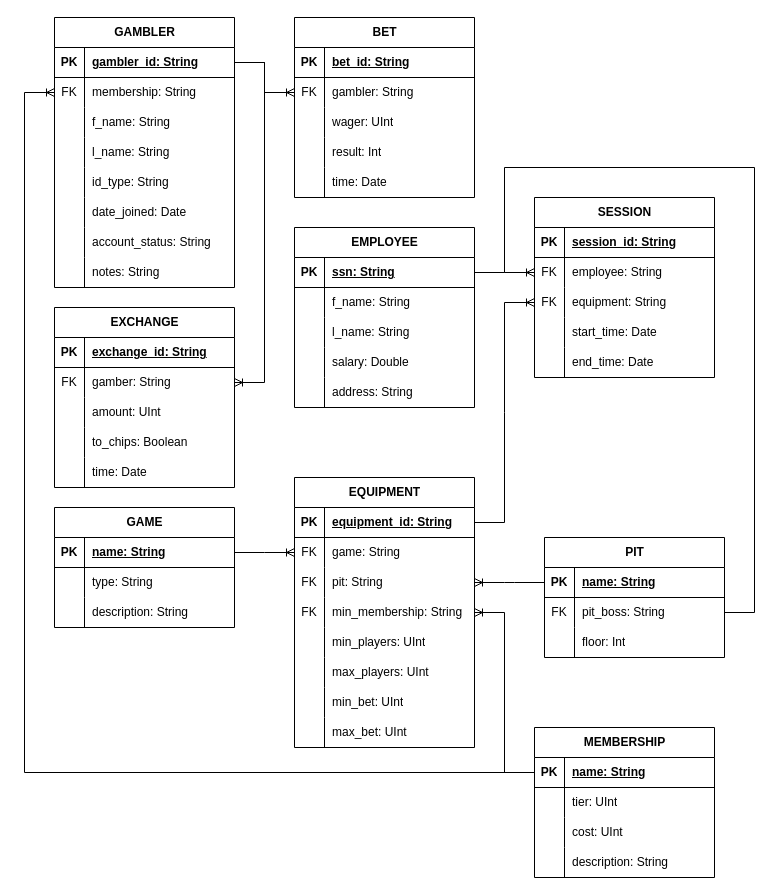
The draw.io diagram docs/CasinoDB.drawio in drussillo/CasinoDB, before the edit. Source tidied: cells renumbered, new cells numbered last; positions are measured from the earlier drawing's top-left corner, leaving out a move shared by most shapes. Both pictures are drawn from the tidied source at 100%, with x=0, y=0 at pixel (24, 17).
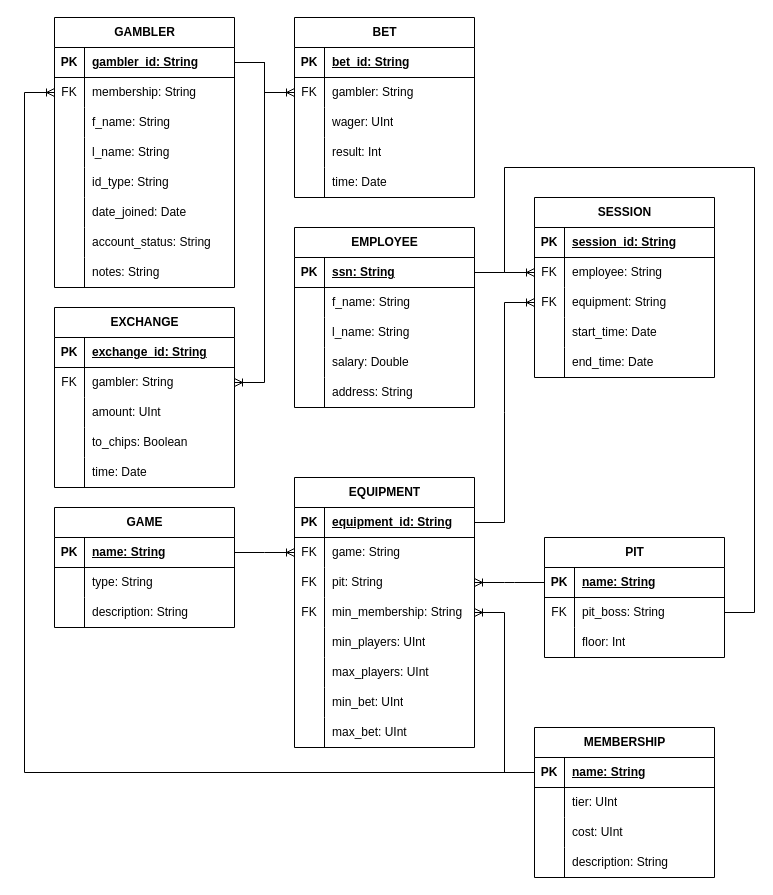
The same diagram, later.

Commit message (it also covers changes not shown here):
Added FD and fixed spelling in schema

The change refers to these unchanged cells:
```xml
<mxCell id="129" style="shape=tableRow;horizontal=0;startSize=0;swimlaneHead=0;swimlaneBody=0;fillColor=none;points=[[0,0.5],[1,0.5]];portConstraint=eastwest;top=0;left=0;right=0;bottom=0;" parent="125" vertex="1">
  <mxGeometry y="60" width="180" height="30" as="geometry" />
</mxCell>
```

The edit, as a diff of the source:
```diff
@@
-    <mxCell id="131" value="gamber: String" style="shape=partialRectangle;fillColor=none;top=0;left=0;bottom=0;right=0;align=left;spacingLeft=6;overflow=hidden;whiteSpace=wrap;html=1;" parent="129" vertex="1">
+    <mxCell id="131" value="gambler: String" style="shape=partialRectangle;fillColor=none;top=0;left=0;bottom=0;right=0;align=left;spacingLeft=6;overflow=hidden;whiteSpace=wrap;html=1;" parent="129" vertex="1">
       <mxGeometry x="30" width="150" height="30" as="geometry" />
     </mxCell>
```
